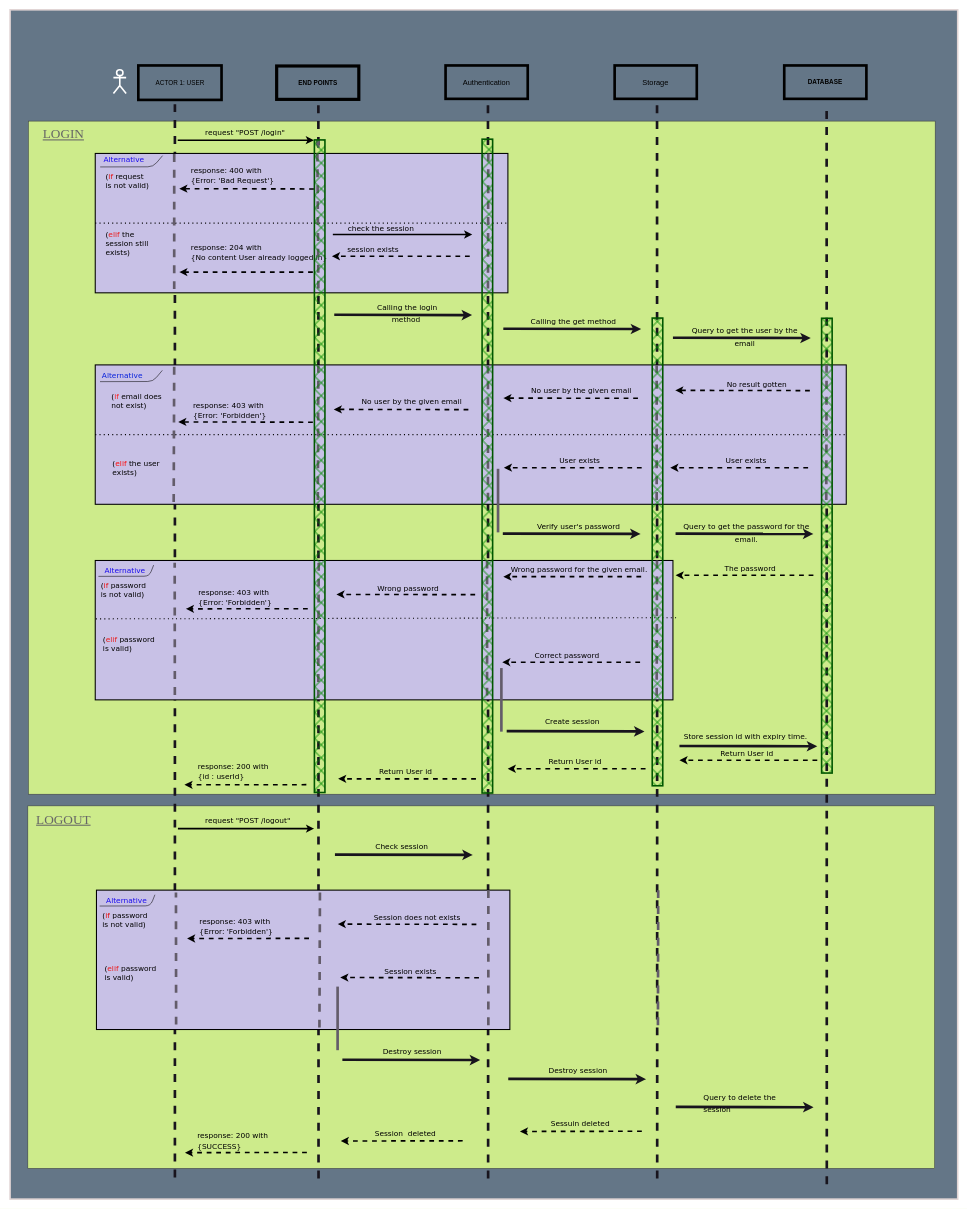
Before: UML/sequence_diagram/login_logout_diagram.dio in Kolapo-code/Booker, a draw.io diagram. Source tidied: cells renumbered, new cells numbered last; positions are measured from the earlier drawing's top-left corner, leaving out a move shared by most shapes. Both pictures are drawn from the tidied source at 53%, with x=0, y=0 at pixel (-7, 10).
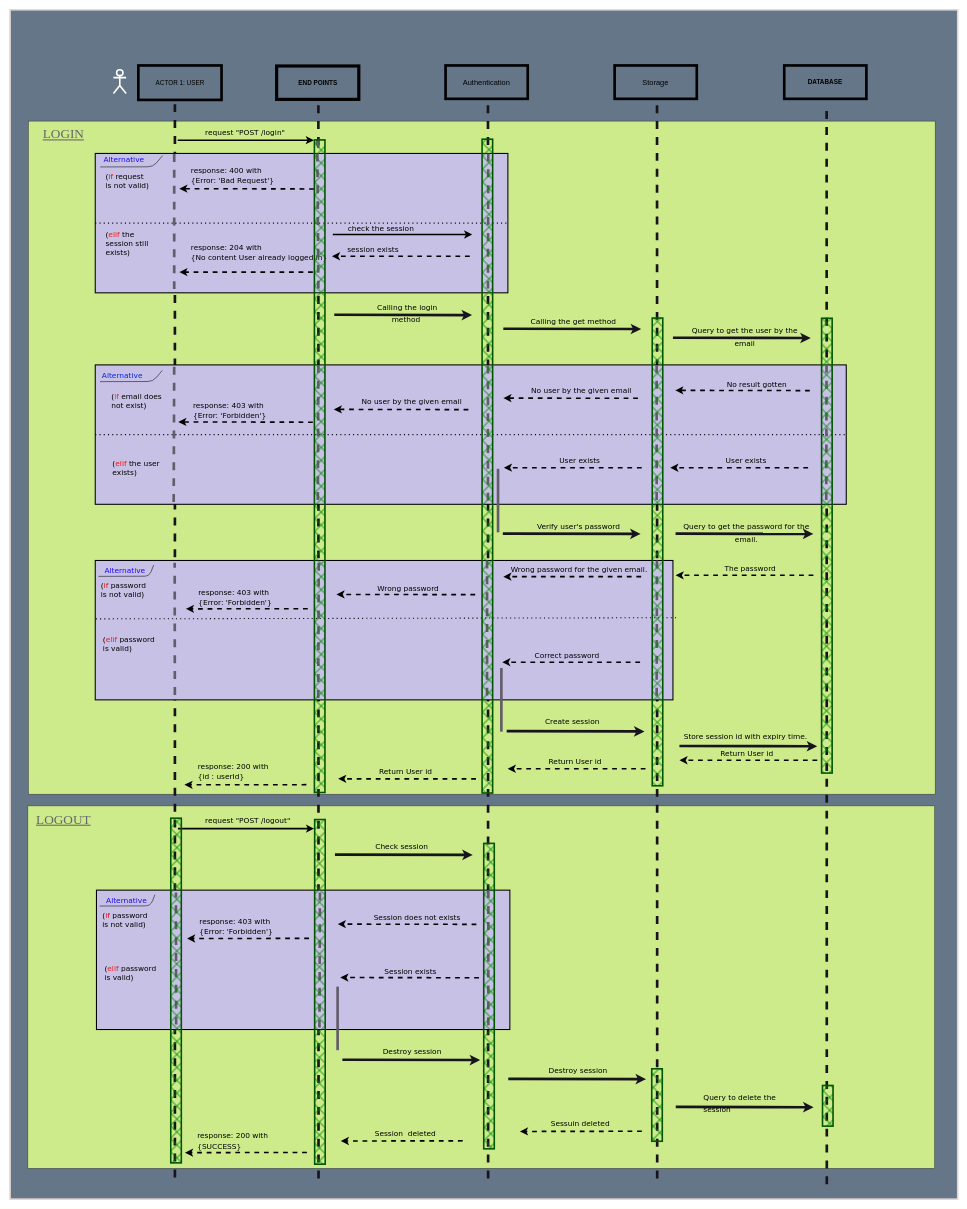
After the change.

Commit message:
Committing timelines added to the login_logout diagram.

What changed in the source:
```diff
@@
-    <mxCell id="115" style="endArrow=none;dashed=1;html=1;fontColor=#080808;endSize=4;strokeColor=#635c6a;strokeWidth=5;" parent="1" edge="1">
-      <mxGeometry relative="1" as="geometry">
-        <mxPoint x="1253.9" y="1916" as="sourcePoint" />
-        <mxPoint x="1254.4" y="1655.6" as="targetPoint" />
-      </mxGeometry>
-    </mxCell>
@@
+    <mxCell id="141" style="rounded=0;whiteSpace=wrap;html=1;labelBackgroundColor=none;fillStyle=cross-hatch;strokeColor=#005700;strokeWidth=3;fontFamily=Times New Roman;fontSize=19;fontColor=#ffffff;fillColor=#008a00;rotation=-90;" parent="1" vertex="1">
+      <mxGeometry x="19.5" y="1840.5" width="650.3" height="19.9" as="geometry" />
+    </mxCell>
+    <mxCell id="142" style="rounded=0;whiteSpace=wrap;html=1;labelBackgroundColor=none;fillStyle=cross-hatch;strokeColor=#005700;strokeWidth=3;fontFamily=Times New Roman;fontSize=19;fontColor=#ffffff;fillColor=#008a00;rotation=-90;" parent="1" vertex="1">
+      <mxGeometry x="291" y="1843" width="650.3" height="19.9" as="geometry" />
+    </mxCell>
+    <mxCell id="143" style="rounded=0;whiteSpace=wrap;html=1;labelBackgroundColor=none;fillStyle=cross-hatch;strokeColor=#005700;strokeWidth=3;fontFamily=Times New Roman;fontSize=19;fontColor=#ffffff;fillColor=#008a00;rotation=-90;" parent="1" vertex="1">
+      <mxGeometry x="647" y="1851" width="576.3" height="19.9" as="geometry" />
+    </mxCell>
+    <mxCell id="144" style="rounded=0;whiteSpace=wrap;html=1;labelBackgroundColor=none;fillStyle=cross-hatch;strokeColor=#005700;strokeWidth=3;fontFamily=Times New Roman;fontSize=19;fontColor=#ffffff;fillColor=#008a00;rotation=-90;" parent="1" vertex="1">
+      <mxGeometry x="1183.8" y="2056.5" width="136.7" height="19.9" as="geometry" />
+    </mxCell>
+    <mxCell id="145" style="rounded=0;whiteSpace=wrap;html=1;labelBackgroundColor=none;fillStyle=cross-hatch;strokeColor=#005700;strokeWidth=3;fontFamily=Times New Roman;fontSize=19;fontColor=#ffffff;fillColor=#008a00;rotation=-90;" parent="1" vertex="1">
+      <mxGeometry x="1536" y="2058" width="76.7" height="19.9" as="geometry" />
+    </mxCell>
```
